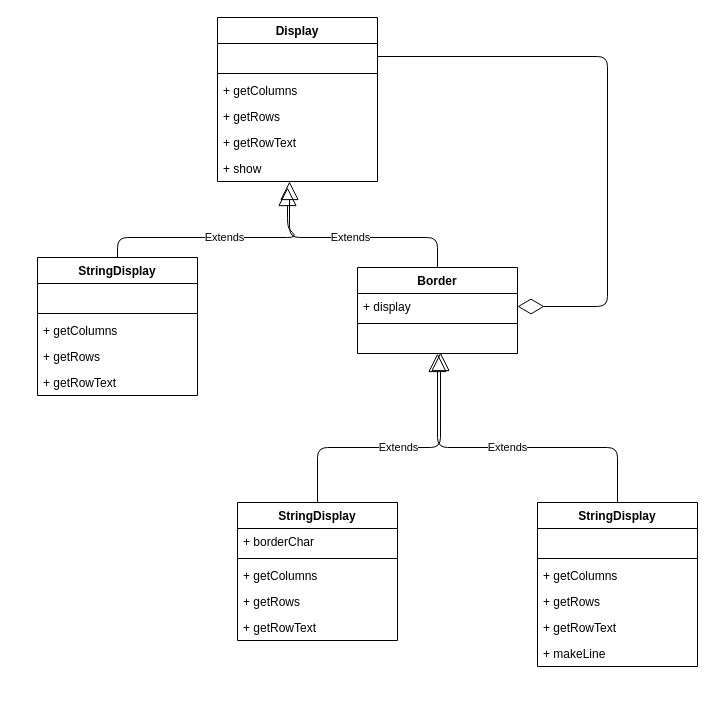
This is patterns/src/main/java/com/tenstone/leet/patterns/decorator/decorator.drawio from mozhou-tech/java-in-depth, a draw.io file, before an edit. Source tidied: cells renumbered, new cells numbered last; positions are measured from the earlier drawing's top-left corner, leaving out a move shared by most shapes. Both pictures are drawn from the tidied source at 100%, with x=0, y=0 at pixel (37, 17).
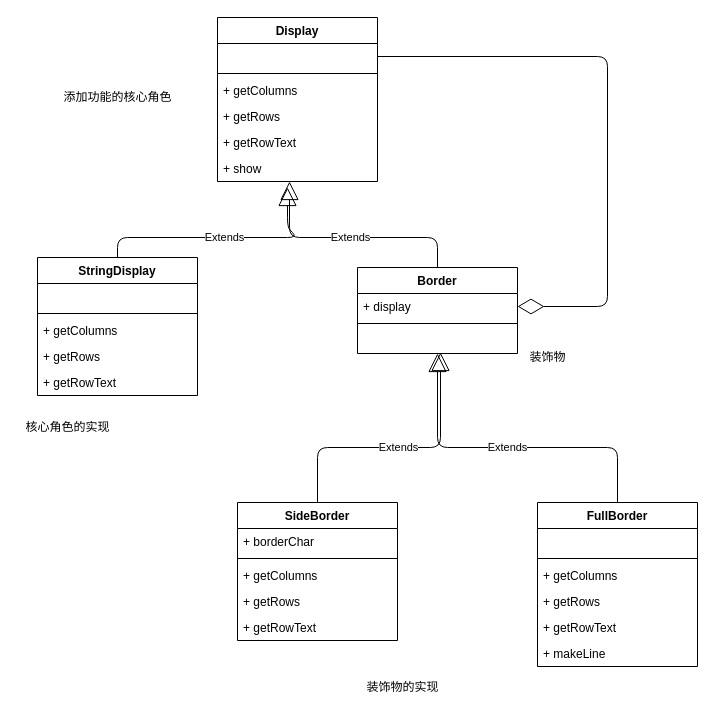
After the change.

What changed in the source:
```diff
@@
-    <mxCell id="19" value="StringDisplay" style="swimlane;fontStyle=1;align=center;verticalAlign=top;horizontal=1;startSize=26;" parent="1" vertex="1">
+    <mxCell id="19" value="SideBorder" style="swimlane;fontStyle=1;align=center;verticalAlign=top;horizontal=1;startSize=26;" parent="1" vertex="1">
       <mxGeometry x="200" y="485" width="160" height="138" as="geometry" />
     </mxCell>
@@
-    <mxCell id="25" value="StringDisplay" style="swimlane;fontStyle=1;align=center;verticalAlign=top;horizontal=1;startSize=26;" parent="1" vertex="1">
+    <mxCell id="25" value="FullBorder" style="swimlane;fontStyle=1;align=center;verticalAlign=top;horizontal=1;startSize=26;" parent="1" vertex="1">
       <mxGeometry x="500" y="485" width="160" height="164" as="geometry" />
     </mxCell>
@@
+    <mxCell id="37" value="添加功能的核心角色" style="text;html=1;align=center;verticalAlign=middle;strokeColor=none;" parent="1" vertex="1">
+      <mxGeometry x="20" y="70" width="120" height="20" as="geometry" />
+    </mxCell>
+    <mxCell id="38" value="核心角色的实现" style="text;html=1;align=center;verticalAlign=middle;strokeColor=none;" parent="1" vertex="1">
+      <mxGeometry x="-20" y="400" width="100" height="20" as="geometry" />
+    </mxCell>
+    <mxCell id="39" value="装饰物" style="text;html=1;align=center;verticalAlign=middle;strokeColor=none;" parent="1" vertex="1">
+      <mxGeometry x="485" y="330" width="50" height="20" as="geometry" />
+    </mxCell>
+    <mxCell id="40" value="装饰物的实现" style="text;html=1;align=center;verticalAlign=middle;strokeColor=none;" parent="1" vertex="1">
+      <mxGeometry x="320" y="660" width="90" height="20" as="geometry" />
+    </mxCell>
```
